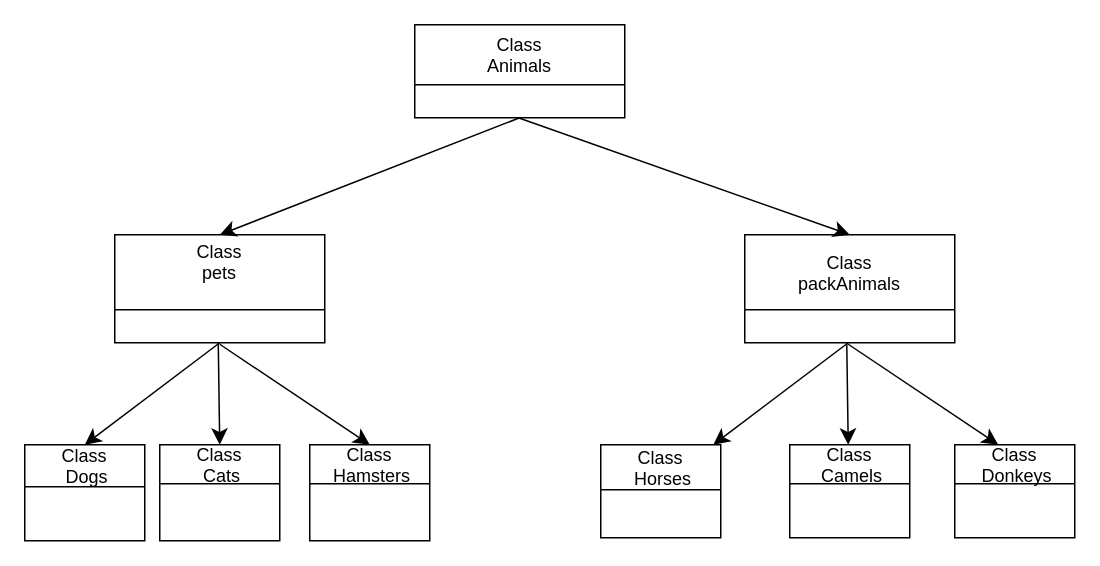
Above: Task6_Diagram.drawio in msega5/Nursery_accounting_system (draw.io), before the change. Source tidied: cells renumbered, new cells numbered last; positions are measured from the earlier drawing's top-left corner, leaving out a move shared by most shapes. Both pictures are drawn from the tidied source at 150%, with x=0, y=0 at pixel (24, 24).
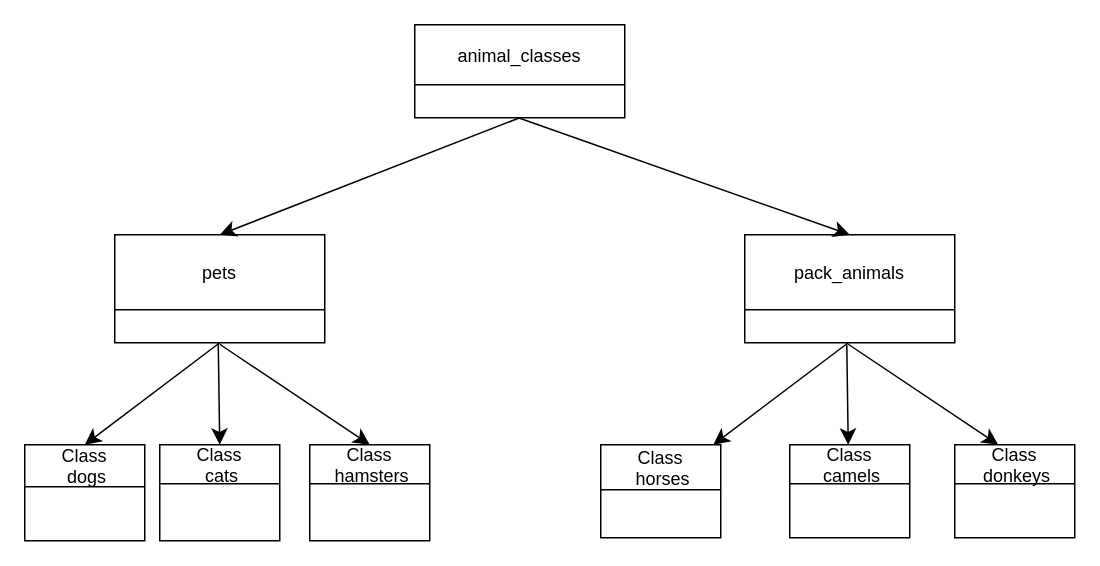
The same page after the edit.

Diff of the diagram source:
```diff
@@
-    <mxCell id="2" value="Class &#10;Animals" style="swimlane;fontStyle=0;horizontal=1;startSize=40;fillColor=none;" parent="1" vertex="1">
+    <mxCell id="2" value="animal_classes" style="swimlane;fontStyle=0;horizontal=1;startSize=40;fillColor=none;" parent="1" vertex="1">
       <mxGeometry x="260" width="140" height="62" as="geometry" />
     </mxCell>
-    <mxCell id="3" value="Class &#10;pets&#10;" style="swimlane;fontStyle=0;horizontal=1;startSize=50;fillColor=none;" parent="1" vertex="1">
+    <mxCell id="3" value="pets" style="swimlane;fontStyle=0;horizontal=1;startSize=50;fillColor=none;" parent="1" vertex="1">
       <mxGeometry x="60" y="140" width="140" height="72" as="geometry" />
     </mxCell>
-    <mxCell id="4" value="Class&#10;packAnimals" style="swimlane;fontStyle=0;horizontal=1;startSize=50;fillColor=none;" parent="1" vertex="1">
+    <mxCell id="4" value="pack_animals" style="swimlane;fontStyle=0;horizontal=1;startSize=50;fillColor=none;" parent="1" vertex="1">
       <mxGeometry x="480" y="140" width="140" height="72" as="geometry" />
     </mxCell>
-    <mxCell id="5" value="Class&#10; Dogs" style="swimlane;fontStyle=0;horizontal=1;startSize=28;fillColor=none;" parent="1" vertex="1">
+    <mxCell id="5" value="Class&#10; dogs" style="swimlane;fontStyle=0;horizontal=1;startSize=28;fillColor=none;" parent="1" vertex="1">
       <mxGeometry y="280" width="80" height="64" as="geometry" />
     </mxCell>
-    <mxCell id="6" value="Class&#10; Cats" style="swimlane;fontStyle=0;horizontal=1;startSize=26;fillColor=none;" parent="1" vertex="1">
+    <mxCell id="6" value="Class&#10; cats" style="swimlane;fontStyle=0;horizontal=1;startSize=26;fillColor=none;" parent="1" vertex="1">
       <mxGeometry x="90" y="280" width="80" height="64" as="geometry" />
     </mxCell>
-    <mxCell id="7" value="Class&#10; Hamsters" style="swimlane;fontStyle=0;horizontal=1;startSize=26;fillColor=none;" parent="1" vertex="1">
+    <mxCell id="7" value="Class&#10; hamsters" style="swimlane;fontStyle=0;horizontal=1;startSize=26;fillColor=none;" parent="1" vertex="1">
       <mxGeometry x="190" y="280" width="80" height="64" as="geometry" />
     </mxCell>
-    <mxCell id="8" value="Class&#10; Camels" style="swimlane;fontStyle=0;horizontal=1;startSize=26;fillColor=none;" parent="1" vertex="1">
+    <mxCell id="8" value="Class&#10; camels" style="swimlane;fontStyle=0;horizontal=1;startSize=26;fillColor=none;" parent="1" vertex="1">
       <mxGeometry x="510" y="280" width="80" height="62" as="geometry" />
     </mxCell>
-    <mxCell id="9" value="Class&#10; Donkeys" style="swimlane;fontStyle=0;horizontal=1;startSize=26;fillColor=none;" parent="1" vertex="1">
+    <mxCell id="9" value="Class&#10; donkeys" style="swimlane;fontStyle=0;horizontal=1;startSize=26;fillColor=none;" parent="1" vertex="1">
       <mxGeometry x="620" y="280" width="80" height="62" as="geometry" />
     </mxCell>
-    <mxCell id="10" value="Class&#10; Horses" style="swimlane;fontStyle=0;horizontal=1;startSize=30;fillColor=none;" parent="1" vertex="1">
+    <mxCell id="10" value="Class&#10; horses" style="swimlane;fontStyle=0;horizontal=1;startSize=30;fillColor=none;" parent="1" vertex="1">
       <mxGeometry x="384" y="280" width="80" height="62" as="geometry" />
     </mxCell>
```
